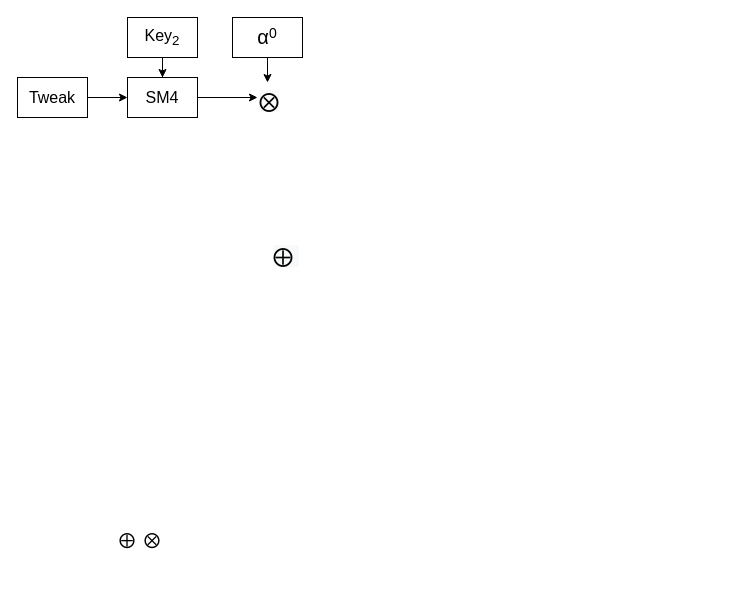
Above: serica/sm4-xts-improve.drawio in easycody/draw.io (draw.io), before the change. Source tidied: cells renumbered, new cells numbered last; positions are measured from the earlier drawing's top-left corner, leaving out a move shared by most shapes. Both pictures are drawn from the tidied source at 100%, with x=0, y=0 at pixel (17, 17).
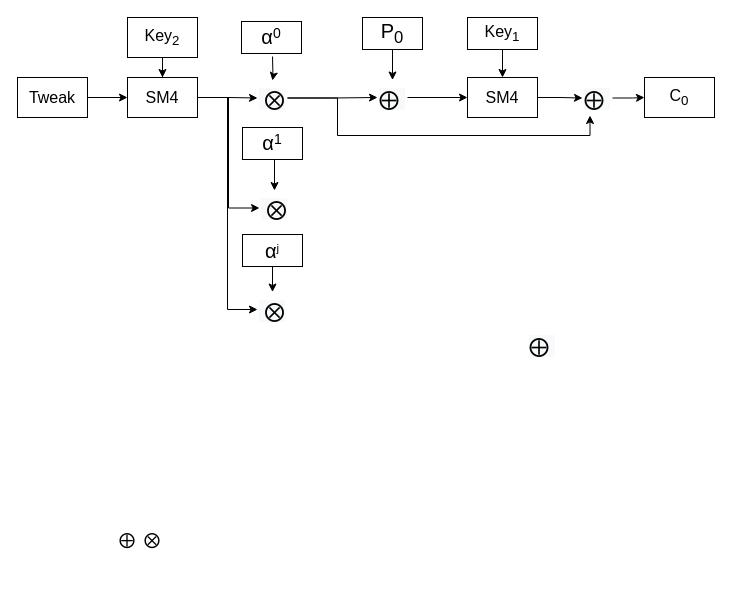
The same page after the edit.

The change refers to these unchanged cells:
```xml
<mxCell id="5" value="SM4" style="rounded=0;whiteSpace=wrap;html=1;fontSize=16;" parent="1" vertex="1">
  <mxGeometry x="110" y="60" width="70" height="40" as="geometry" />
</mxCell>
```

The edit, as a diff of the source:
```diff
@@
+    <mxCell id="14" style="edgeStyle=orthogonalEdgeStyle;rounded=0;jettySize=auto;html=1;exitX=1;exitY=0.5;exitDx=0;exitDy=0;entryX=0;entryY=0.5;entryDx=0;entryDy=0;fontSize=14;" parent="1" edge="1" source="5" target="19">
+      <mxGeometry relative="1" as="geometry" />
+    </mxCell>
+    <mxCell id="15" style="edgeStyle=orthogonalEdgeStyle;rounded=0;jettySize=auto;html=1;exitX=1;exitY=0.5;exitDx=0;exitDy=0;entryX=0;entryY=0.5;entryDx=0;entryDy=0;fontSize=14;" parent="1" edge="1" source="5" target="20">
+      <mxGeometry relative="1" as="geometry" />
+    </mxCell>
@@
     <mxCell id="9" value="&lt;span style=&quot;color: rgb(0, 0, 0); font-family: Helvetica; font-size: 20px; font-style: normal; font-variant-ligatures: normal; font-variant-caps: normal; font-weight: 400; letter-spacing: normal; orphans: 2; text-align: left; text-indent: 0px; text-transform: none; widows: 2; word-spacing: 0px; -webkit-text-stroke-width: 0px; background-color: rgb(248, 249, 250); text-decoration-thickness: initial; text-decoration-style: initial; text-decoration-color: initial;&quot;&gt;&lt;font face=&quot;微软雅黑&quot; style=&quot;font-size: 20px;&quot;&gt;⨁&lt;/font&gt;&lt;/span&gt;&lt;span style=&quot;color: rgb(0, 0, 0); font-family: Helvetica; font-size: 20px; font-style: normal; font-variant-ligatures: normal; font-variant-caps: normal; font-weight: 400; letter-spacing: normal; orphans: 2; text-align: left; text-indent: 0px; text-transform: none; widows: 2; word-spacing: 0px; -webkit-text-stroke-width: 0px; background-color: rgb(248, 249, 250); text-decoration-thickness: initial; text-decoration-style: initial; text-decoration-color: initial;&quot;&gt;&amp;nbsp;&lt;/span&gt;" style="text;whiteSpace=wrap;html=1;fontSize=20;" parent="1" vertex="1">
-      <mxGeometry x="254" y="220" width="30" height="35" as="geometry" />
+      <mxGeometry x="510" y="310" width="30" height="35" as="geometry" />
     </mxCell>
+    <mxCell id="16" style="edgeStyle=orthogonalEdgeStyle;rounded=0;jettySize=auto;html=1;fontSize=14;" parent="1" edge="1" source="10" target="26">
+      <mxGeometry relative="1" as="geometry" />
+    </mxCell>
+    <mxCell id="17" style="edgeStyle=orthogonalEdgeStyle;rounded=0;jettySize=auto;html=1;exitX=1;exitY=0.5;exitDx=0;exitDy=0;entryX=0.25;entryY=1;entryDx=0;entryDy=0;fontSize=14;" parent="1" edge="1" source="10" target="30">
+      <mxGeometry relative="1" as="geometry">
+        <Array as="points">
+          <mxPoint x="320" y="81" />
+          <mxPoint x="320" y="118" />
+          <mxPoint x="573" y="118" />
+          <mxPoint x="573" y="98" />
+        </Array>
+      </mxGeometry>
+    </mxCell>
-    <mxCell id="10" value="&lt;span style=&quot;color: rgb(0, 0, 0); font-family: 微软雅黑; font-style: normal; font-variant-ligatures: normal; font-variant-caps: normal; font-weight: 400; letter-spacing: normal; orphans: 2; text-align: left; text-indent: 0px; text-transform: none; widows: 2; word-spacing: 0px; -webkit-text-stroke-width: 0px; background-color: rgb(248, 249, 250); text-decoration-thickness: initial; text-decoration-style: initial; text-decoration-color: initial; float: none; display: inline !important;&quot;&gt;&lt;font style=&quot;font-size: 20px;&quot;&gt;⨂&lt;/font&gt;&lt;/span&gt;" style="text;whiteSpace=wrap;html=1;fontSize=20;" parent="1" vertex="1">
-      <mxGeometry x="240" y="65" width="20" height="30" as="geometry" />
+    <mxCell id="10" value="&lt;span style=&quot;color: rgb(0, 0, 0); font-family: 微软雅黑; font-style: normal; font-variant-ligatures: normal; font-variant-caps: normal; font-weight: 400; letter-spacing: normal; orphans: 2; text-align: left; text-indent: 0px; text-transform: none; widows: 2; word-spacing: 0px; -webkit-text-stroke-width: 0px; background-color: rgb(248, 249, 250); text-decoration-thickness: initial; text-decoration-style: initial; text-decoration-color: initial; float: none; display: inline !important;&quot;&gt;&lt;font style=&quot;font-size: 20px;&quot;&gt;&amp;nbsp;⨂&lt;/font&gt;&lt;/span&gt;" style="text;whiteSpace=wrap;html=1;fontSize=20;" parent="1" vertex="1">
+      <mxGeometry x="240" y="63" width="30" height="35" as="geometry" />
     </mxCell>
@@
-    <mxCell id="12" style="edgeStyle=orthogonalEdgeStyle;rounded=0;jettySize=auto;html=1;fontSize=14;" parent="1" edge="1" source="13" target="10">
-      <mxGeometry relative="1" as="geometry" />
-    </mxCell>
+    <mxCell id="18" style="edgeStyle=orthogonalEdgeStyle;rounded=0;jettySize=auto;html=1;fontSize=14;" parent="1" edge="1" target="10">
+      <mxGeometry relative="1" as="geometry">
+        <mxPoint x="255" y="39" as="sourcePoint" />
+      </mxGeometry>
+    </mxCell>
+    <mxCell id="19" value="&lt;span style=&quot;color: rgb(0, 0, 0); font-family: 微软雅黑; font-style: normal; font-variant-ligatures: normal; font-variant-caps: normal; font-weight: 400; letter-spacing: normal; orphans: 2; text-align: left; text-indent: 0px; text-transform: none; widows: 2; word-spacing: 0px; -webkit-text-stroke-width: 0px; background-color: rgb(248, 249, 250); text-decoration-thickness: initial; text-decoration-style: initial; text-decoration-color: initial; float: none; display: inline !important;&quot;&gt;&lt;font style=&quot;font-size: 20px;&quot;&gt;&amp;nbsp;⨂&lt;/font&gt;&lt;/span&gt;" style="text;whiteSpace=wrap;html=1;fontSize=20;" parent="1" vertex="1">
+      <mxGeometry x="242" y="173" width="30" height="35" as="geometry" />
+    </mxCell>
+    <mxCell id="20" value="&lt;span style=&quot;color: rgb(0, 0, 0); font-family: 微软雅黑; font-style: normal; font-variant-ligatures: normal; font-variant-caps: normal; font-weight: 400; letter-spacing: normal; orphans: 2; text-align: left; text-indent: 0px; text-transform: none; widows: 2; word-spacing: 0px; -webkit-text-stroke-width: 0px; background-color: rgb(248, 249, 250); text-decoration-thickness: initial; text-decoration-style: initial; text-decoration-color: initial; float: none; display: inline !important;&quot;&gt;&lt;font style=&quot;font-size: 20px;&quot;&gt;&amp;nbsp;⨂&lt;/font&gt;&lt;/span&gt;" style="text;whiteSpace=wrap;html=1;fontSize=20;" parent="1" vertex="1">
+      <mxGeometry x="240" y="274.5" width="30" height="35" as="geometry" />
+    </mxCell>
     <mxCell id="13" value="&lt;span style=&quot;font-family: Arial; font-size: 20px; text-align: left;&quot;&gt;α&lt;/span&gt;&lt;span style=&quot;font-family: Arial; text-align: left;&quot;&gt;&lt;sup style=&quot;&quot;&gt;&lt;font style=&quot;font-size: 14px;&quot;&gt;0&lt;/font&gt;&lt;/sup&gt;&lt;/span&gt;" style="rounded=0;whiteSpace=wrap;html=1;fontSize=16;" parent="1" vertex="1">
-      <mxGeometry x="215" width="70" height="40" as="geometry" />
+      <mxGeometry x="224" y="4" width="60" height="32" as="geometry" />
     </mxCell>
+    <mxCell id="21" style="edgeStyle=orthogonalEdgeStyle;rounded=0;jettySize=auto;html=1;exitX=0.5;exitY=1;exitDx=0;exitDy=0;entryX=0.5;entryY=0;entryDx=0;entryDy=0;fontSize=14;" parent="1" edge="1" source="22" target="19">
+      <mxGeometry relative="1" as="geometry" />
+    </mxCell>
+    <mxCell id="22" value="&lt;span style=&quot;font-family: Arial; font-size: 20px; text-align: left;&quot;&gt;α&lt;/span&gt;&lt;span style=&quot;font-family: Arial; text-align: left;&quot;&gt;&lt;sup style=&quot;&quot;&gt;&lt;font style=&quot;font-size: 14px;&quot;&gt;1&lt;/font&gt;&lt;/sup&gt;&lt;/span&gt;" style="rounded=0;whiteSpace=wrap;html=1;fontSize=16;" parent="1" vertex="1">
+      <mxGeometry x="225" y="110" width="60" height="32" as="geometry" />
+    </mxCell>
+    <mxCell id="23" style="edgeStyle=orthogonalEdgeStyle;rounded=0;jettySize=auto;html=1;fontSize=14;" parent="1" edge="1" source="24" target="20">
+      <mxGeometry relative="1" as="geometry" />
+    </mxCell>
+    <mxCell id="24" value="&lt;span style=&quot;font-family: Arial; font-size: 20px; text-align: left;&quot;&gt;α&lt;/span&gt;&lt;span style=&quot;font-family: Arial; text-align: left; font-size: 14px;&quot;&gt;&lt;sup&gt;j&lt;/sup&gt;&lt;/span&gt;" style="rounded=0;whiteSpace=wrap;html=1;fontSize=16;" parent="1" vertex="1">
+      <mxGeometry x="225" y="217" width="60" height="32" as="geometry" />
+    </mxCell>
+    <mxCell id="25" style="edgeStyle=orthogonalEdgeStyle;rounded=0;jettySize=auto;html=1;fontSize=14;" parent="1" edge="1" source="26" target="28">
+      <mxGeometry relative="1" as="geometry" />
+    </mxCell>
+    <mxCell id="26" value="&lt;span style=&quot;color: rgb(0, 0, 0); font-family: Helvetica; font-size: 20px; font-style: normal; font-variant-ligatures: normal; font-variant-caps: normal; font-weight: 400; letter-spacing: normal; orphans: 2; text-align: left; text-indent: 0px; text-transform: none; widows: 2; word-spacing: 0px; -webkit-text-stroke-width: 0px; background-color: rgb(248, 249, 250); text-decoration-thickness: initial; text-decoration-style: initial; text-decoration-color: initial;&quot;&gt;&lt;font face=&quot;微软雅黑&quot; style=&quot;font-size: 20px;&quot;&gt;⨁&lt;/font&gt;&lt;/span&gt;&lt;span style=&quot;color: rgb(0, 0, 0); font-family: Helvetica; font-size: 20px; font-style: normal; font-variant-ligatures: normal; font-variant-caps: normal; font-weight: 400; letter-spacing: normal; orphans: 2; text-align: left; text-indent: 0px; text-transform: none; widows: 2; word-spacing: 0px; -webkit-text-stroke-width: 0px; background-color: rgb(248, 249, 250); text-decoration-thickness: initial; text-decoration-style: initial; text-decoration-color: initial;&quot;&gt;&amp;nbsp;&lt;/span&gt;" style="text;whiteSpace=wrap;html=1;fontSize=20;" parent="1" vertex="1">
+      <mxGeometry x="360" y="62.5" width="30" height="35" as="geometry" />
+    </mxCell>
+    <mxCell id="27" style="edgeStyle=orthogonalEdgeStyle;rounded=0;jettySize=auto;html=1;fontSize=14;" parent="1" edge="1" source="28" target="30">
+      <mxGeometry relative="1" as="geometry" />
+    </mxCell>
+    <mxCell id="28" value="SM4" style="rounded=0;whiteSpace=wrap;html=1;fontSize=16;" parent="1" vertex="1">
+      <mxGeometry x="450" y="60" width="70" height="40" as="geometry" />
+    </mxCell>
+    <mxCell id="29" style="edgeStyle=orthogonalEdgeStyle;rounded=0;jettySize=auto;html=1;fontSize=14;" parent="1" edge="1" source="30" target="31">
+      <mxGeometry relative="1" as="geometry" />
+    </mxCell>
+    <mxCell id="30" value="&lt;span style=&quot;color: rgb(0, 0, 0); font-family: Helvetica; font-size: 20px; font-style: normal; font-variant-ligatures: normal; font-variant-caps: normal; font-weight: 400; letter-spacing: normal; orphans: 2; text-align: left; text-indent: 0px; text-transform: none; widows: 2; word-spacing: 0px; -webkit-text-stroke-width: 0px; background-color: rgb(248, 249, 250); text-decoration-thickness: initial; text-decoration-style: initial; text-decoration-color: initial;&quot;&gt;&lt;font face=&quot;微软雅黑&quot; style=&quot;font-size: 20px;&quot;&gt;⨁&lt;/font&gt;&lt;/span&gt;&lt;span style=&quot;color: rgb(0, 0, 0); font-family: Helvetica; font-size: 20px; font-style: normal; font-variant-ligatures: normal; font-variant-caps: normal; font-weight: 400; letter-spacing: normal; orphans: 2; text-align: left; text-indent: 0px; text-transform: none; widows: 2; word-spacing: 0px; -webkit-text-stroke-width: 0px; background-color: rgb(248, 249, 250); text-decoration-thickness: initial; text-decoration-style: initial; text-decoration-color: initial;&quot;&gt;&amp;nbsp;&lt;/span&gt;" style="text;whiteSpace=wrap;html=1;fontSize=20;" parent="1" vertex="1">
+      <mxGeometry x="565" y="63" width="30" height="35" as="geometry" />
+    </mxCell>
+    <mxCell id="31" value="C&lt;sub&gt;0&lt;/sub&gt;" style="rounded=0;whiteSpace=wrap;html=1;fontSize=16;" parent="1" vertex="1">
+      <mxGeometry x="627" y="60" width="70" height="40" as="geometry" />
+    </mxCell>
+    <mxCell id="32" style="edgeStyle=orthogonalEdgeStyle;rounded=0;jettySize=auto;html=1;fontSize=14;" parent="1" edge="1" source="33" target="26">
+      <mxGeometry relative="1" as="geometry" />
+    </mxCell>
+    <mxCell id="33" value="&lt;div style=&quot;text-align: left;&quot;&gt;&lt;span style=&quot;background-color: initial; font-size: 20px;&quot;&gt;&lt;font face=&quot;Arial&quot;&gt;P&lt;sub&gt;0&lt;/sub&gt;&lt;/font&gt;&lt;/span&gt;&lt;/div&gt;" style="rounded=0;whiteSpace=wrap;html=1;fontSize=16;" parent="1" vertex="1">
+      <mxGeometry x="345" width="60" height="32" as="geometry" />
+    </mxCell>
+    <mxCell id="34" style="edgeStyle=orthogonalEdgeStyle;rounded=0;jettySize=auto;html=1;fontSize=14;" parent="1" edge="1" source="35" target="28">
+      <mxGeometry relative="1" as="geometry" />
+    </mxCell>
+    <mxCell id="35" value="Key&lt;sub&gt;1&lt;/sub&gt;" style="rounded=0;whiteSpace=wrap;html=1;fontSize=16;" parent="1" vertex="1">
+      <mxGeometry x="450" width="70" height="32" as="geometry" />
+    </mxCell>
```
